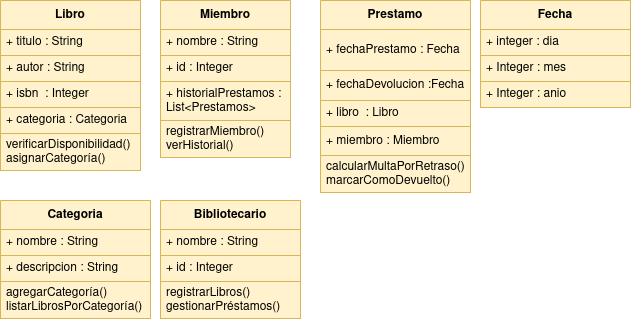
Before: Sistema de Gestión de Bibliotecas.png, a diagram exported from draw.io (alejandrosalazargonzalez/asociacion). Source tidied: cells renumbered, new cells last; positions are measured from the earlier drawing's top-left corner, leaving out a move shared by most shapes.
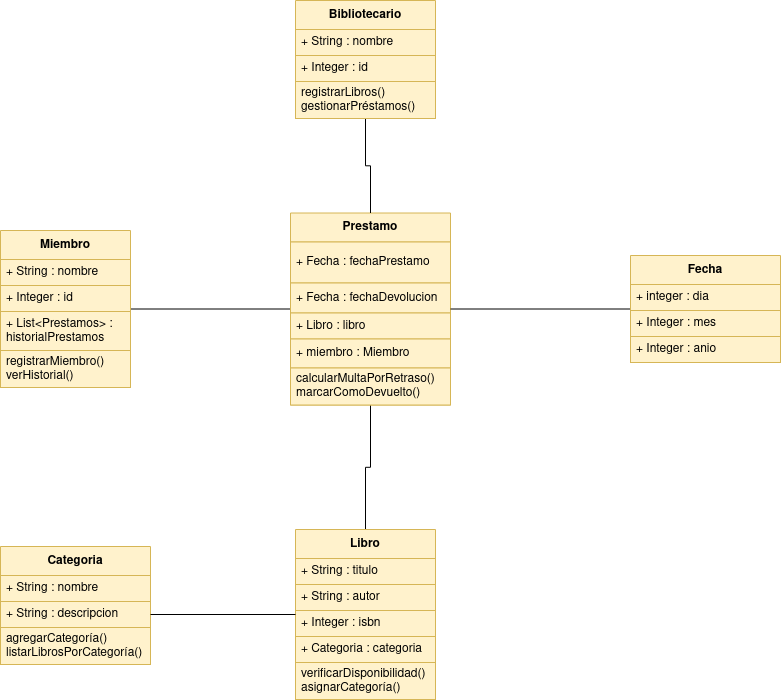
The same diagram one commit later.

The edit, as a diff of the source:
```diff
@@ -2,59 +2,68 @@
   <root>
     <mxCell id="0" />
     <mxCell id="1" parent="0" />
+    <mxCell id="31" style="edgeStyle=orthogonalEdgeStyle;rounded=0;jettySize=auto;html=1;endArrow=none;endFill=0;" parent="1" edge="1" source="2" target="13">
+      <mxGeometry relative="1" as="geometry" />
+    </mxCell>
     <mxCell id="2" value="Libro" style="swimlane;fontStyle=1;align=center;verticalAlign=middle;horizontal=1;startSize=29;html=1;whiteSpace=wrap;fillColor=#fff2cc;strokeColor=#d6b656;" parent="1" vertex="1">
-      <mxGeometry width="140" height="170" as="geometry" />
+      <mxGeometry x="255" y="309" width="140" height="170" as="geometry" />
     </mxCell>
-    <mxCell id="3" value="+ titulo : String" style="text;strokeColor=#d6b656;fillColor=#fff2cc;align=left;verticalAlign=middle;spacingLeft=4;spacingRight=4;overflow=hidden;whiteSpace=wrap;html=1;" parent="2" vertex="1">
+    <mxCell id="3" value="+ String : titulo" style="text;strokeColor=#d6b656;fillColor=#fff2cc;align=left;verticalAlign=middle;spacingLeft=4;spacingRight=4;overflow=hidden;whiteSpace=wrap;html=1;" parent="2" vertex="1">
       <mxGeometry y="29" width="140" height="26" as="geometry" />
     </mxCell>
-    <mxCell id="4" value="+ autor : String" style="text;strokeColor=#d6b656;fillColor=#fff2cc;align=left;verticalAlign=middle;spacingLeft=4;spacingRight=4;overflow=hidden;whiteSpace=wrap;html=1;" parent="2" vertex="1">
+    <mxCell id="4" value="+ String : autor" style="text;strokeColor=#d6b656;fillColor=#fff2cc;align=left;verticalAlign=middle;spacingLeft=4;spacingRight=4;overflow=hidden;whiteSpace=wrap;html=1;" parent="2" vertex="1">
       <mxGeometry y="55" width="140" height="26" as="geometry" />
     </mxCell>
-    <mxCell id="5" value="+ isbn&amp;nbsp; : Integer" style="text;strokeColor=#d6b656;fillColor=#fff2cc;align=left;verticalAlign=middle;spacingLeft=4;spacingRight=4;overflow=hidden;whiteSpace=wrap;html=1;" parent="2" vertex="1">
+    <mxCell id="5" value="+ Integer : isbn" style="text;strokeColor=#d6b656;fillColor=#fff2cc;align=left;verticalAlign=middle;spacingLeft=4;spacingRight=4;overflow=hidden;whiteSpace=wrap;html=1;" parent="2" vertex="1">
       <mxGeometry y="81" width="140" height="26" as="geometry" />
     </mxCell>
-    <mxCell id="6" value="+ categoria : Categoria" style="text;strokeColor=#d6b656;fillColor=#fff2cc;align=left;verticalAlign=middle;spacingLeft=4;spacingRight=4;overflow=hidden;whiteSpace=wrap;html=1;" parent="2" vertex="1">
+    <mxCell id="6" value="+ Categoria : categoria" style="text;strokeColor=#d6b656;fillColor=#fff2cc;align=left;verticalAlign=middle;spacingLeft=4;spacingRight=4;overflow=hidden;whiteSpace=wrap;html=1;" parent="2" vertex="1">
       <mxGeometry y="107" width="140" height="26" as="geometry" />
     </mxCell>
     <mxCell id="7" value="&lt;div&gt;verificarDisponibilidad()&lt;/div&gt;&lt;div&gt;asignarCategoría()&lt;br&gt;&lt;/div&gt;" style="text;strokeColor=#d6b656;fillColor=#fff2cc;align=left;verticalAlign=middle;spacingLeft=4;spacingRight=4;overflow=hidden;whiteSpace=wrap;html=1;" parent="2" vertex="1">
       <mxGeometry y="133" width="140" height="37" as="geometry" />
     </mxCell>
+    <mxCell id="32" style="edgeStyle=orthogonalEdgeStyle;rounded=0;jettySize=auto;html=1;endArrow=none;endFill=0;" parent="1" edge="1" source="8" target="13">
+      <mxGeometry relative="1" as="geometry" />
+    </mxCell>
     <mxCell id="8" value="Miembro" style="swimlane;fontStyle=1;align=center;verticalAlign=middle;horizontal=1;startSize=29;html=1;whiteSpace=wrap;fillColor=#fff2cc;strokeColor=#d6b656;" parent="1" vertex="1">
-      <mxGeometry x="160" width="130" height="157" as="geometry" />
+      <mxGeometry x="-40" y="10" width="130" height="157" as="geometry" />
     </mxCell>
-    <mxCell id="9" value="+ nombre : String" style="text;strokeColor=#d6b656;fillColor=#fff2cc;align=left;verticalAlign=middle;spacingLeft=4;spacingRight=4;overflow=hidden;whiteSpace=wrap;html=1;" parent="8" vertex="1">
+    <mxCell id="9" value="+ String : nombre" style="text;strokeColor=#d6b656;fillColor=#fff2cc;align=left;verticalAlign=middle;spacingLeft=4;spacingRight=4;overflow=hidden;whiteSpace=wrap;html=1;" parent="8" vertex="1">
       <mxGeometry y="29" width="130" height="26" as="geometry" />
     </mxCell>
-    <mxCell id="10" value="+ id : Integer" style="text;strokeColor=#d6b656;fillColor=#fff2cc;align=left;verticalAlign=middle;spacingLeft=4;spacingRight=4;overflow=hidden;whiteSpace=wrap;html=1;" parent="8" vertex="1">
+    <mxCell id="10" value="+ Integer : id" style="text;strokeColor=#d6b656;fillColor=#fff2cc;align=left;verticalAlign=middle;spacingLeft=4;spacingRight=4;overflow=hidden;whiteSpace=wrap;html=1;" parent="8" vertex="1">
       <mxGeometry y="55" width="130" height="26" as="geometry" />
     </mxCell>
-    <mxCell id="11" value="+ historialPrestamos : List&amp;lt;Prestamos&amp;gt;" style="text;strokeColor=#d6b656;fillColor=#fff2cc;align=left;verticalAlign=middle;spacingLeft=4;spacingRight=4;overflow=hidden;whiteSpace=wrap;html=1;" parent="8" vertex="1">
+    <mxCell id="11" value="+ List&amp;lt;Prestamos&amp;gt; : historialPrestamos" style="text;strokeColor=#d6b656;fillColor=#fff2cc;align=left;verticalAlign=middle;spacingLeft=4;spacingRight=4;overflow=hidden;whiteSpace=wrap;html=1;" parent="8" vertex="1">
       <mxGeometry y="81" width="130" height="39" as="geometry" />
     </mxCell>
     <mxCell id="12" value="&lt;div&gt;registrarMiembro()&lt;/div&gt;&lt;div&gt;verHistorial()&lt;br&gt;&lt;/div&gt;" style="text;strokeColor=#d6b656;fillColor=#fff2cc;align=left;verticalAlign=middle;spacingLeft=4;spacingRight=4;overflow=hidden;whiteSpace=wrap;html=1;" parent="8" vertex="1">
       <mxGeometry y="120" width="130" height="37" as="geometry" />
     </mxCell>
     <mxCell id="13" value="&lt;strong&gt;Prestamo&lt;/strong&gt;" style="swimlane;fontStyle=1;align=center;verticalAlign=middle;horizontal=1;startSize=29;html=1;whiteSpace=wrap;fillColor=#fff2cc;strokeColor=#d6b656;" parent="1" vertex="1">
-      <mxGeometry x="320" width="150" height="192" as="geometry" />
+      <mxGeometry x="250" y="-7.5" width="160" height="192" as="geometry" />
     </mxCell>
-    <mxCell id="14" value="+ fechaPrestamo : Fecha" style="text;strokeColor=#d6b656;fillColor=#fff2cc;align=left;verticalAlign=middle;spacingLeft=4;spacingRight=4;overflow=hidden;whiteSpace=wrap;html=1;" parent="13" vertex="1">
-      <mxGeometry y="29" width="150" height="41" as="geometry" />
+    <mxCell id="14" value="+ Fecha : fechaPrestamo" style="text;strokeColor=#d6b656;fillColor=#fff2cc;align=left;verticalAlign=middle;spacingLeft=4;spacingRight=4;overflow=hidden;whiteSpace=wrap;html=1;" parent="13" vertex="1">
+      <mxGeometry y="29" width="160" height="41" as="geometry" />
     </mxCell>
-    <mxCell id="15" value="+ fechaDevolucion :Fecha" style="text;strokeColor=#d6b656;fillColor=#fff2cc;align=left;verticalAlign=middle;spacingLeft=4;spacingRight=4;overflow=hidden;whiteSpace=wrap;html=1;" parent="13" vertex="1">
-      <mxGeometry y="70" width="150" height="30" as="geometry" />
+    <mxCell id="15" value="+ Fecha : fechaDevolucion" style="text;strokeColor=#d6b656;fillColor=#fff2cc;align=left;verticalAlign=middle;spacingLeft=4;spacingRight=4;overflow=hidden;whiteSpace=wrap;html=1;" parent="13" vertex="1">
+      <mxGeometry y="70" width="160" height="30" as="geometry" />
     </mxCell>
-    <mxCell id="16" value="+ libro&amp;nbsp; : Libro" style="text;strokeColor=#d6b656;fillColor=#fff2cc;align=left;verticalAlign=middle;spacingLeft=4;spacingRight=4;overflow=hidden;whiteSpace=wrap;html=1;" parent="13" vertex="1">
-      <mxGeometry y="100" width="150" height="26" as="geometry" />
+    <mxCell id="16" value="+ Libro : libro" style="text;strokeColor=#d6b656;fillColor=#fff2cc;align=left;verticalAlign=middle;spacingLeft=4;spacingRight=4;overflow=hidden;whiteSpace=wrap;html=1;" parent="13" vertex="1">
+      <mxGeometry y="100" width="160" height="26" as="geometry" />
     </mxCell>
     <mxCell id="17" value="+ miembro : Miembro" style="text;strokeColor=#d6b656;fillColor=#fff2cc;align=left;verticalAlign=middle;spacingLeft=4;spacingRight=4;overflow=hidden;whiteSpace=wrap;html=1;" parent="13" vertex="1">
-      <mxGeometry y="126" width="150" height="29" as="geometry" />
+      <mxGeometry y="126" width="160" height="29" as="geometry" />
     </mxCell>
     <mxCell id="18" value="&lt;div&gt;calcularMultaPorRetraso()&lt;/div&gt;&lt;div&gt;marcarComoDevuelto()&lt;br&gt;&lt;/div&gt;" style="text;strokeColor=#d6b656;fillColor=#fff2cc;align=left;verticalAlign=middle;spacingLeft=4;spacingRight=4;overflow=hidden;whiteSpace=wrap;html=1;" parent="13" vertex="1">
-      <mxGeometry y="155" width="150" height="37" as="geometry" />
+      <mxGeometry y="155" width="160" height="37" as="geometry" />
     </mxCell>
+    <mxCell id="33" style="edgeStyle=orthogonalEdgeStyle;rounded=0;jettySize=auto;html=1;endArrow=none;endFill=0;" parent="1" edge="1" source="19" target="13">
+      <mxGeometry relative="1" as="geometry" />
+    </mxCell>
     <mxCell id="19" value="Fecha" style="swimlane;fontStyle=1;align=center;verticalAlign=middle;horizontal=1;startSize=29;html=1;whiteSpace=wrap;fillColor=#fff2cc;strokeColor=#d6b656;" parent="1" vertex="1">
-      <mxGeometry x="480" width="150" height="107" as="geometry" />
+      <mxGeometry x="590" y="35" width="150" height="107" as="geometry" />
     </mxCell>
     <mxCell id="20" value="+ integer : dia" style="text;strokeColor=#d6b656;fillColor=#fff2cc;align=left;verticalAlign=middle;spacingLeft=4;spacingRight=4;overflow=hidden;whiteSpace=wrap;html=1;" parent="19" vertex="1">
       <mxGeometry y="29" width="150" height="26" as="geometry" />
@@ -65,29 +74,35 @@
     <mxCell id="22" value="+ Integer : anio" style="text;strokeColor=#d6b656;fillColor=#fff2cc;align=left;verticalAlign=middle;spacingLeft=4;spacingRight=4;overflow=hidden;whiteSpace=wrap;html=1;" parent="19" vertex="1">
       <mxGeometry y="81" width="150" height="26" as="geometry" />
     </mxCell>
+    <mxCell id="34" style="edgeStyle=orthogonalEdgeStyle;rounded=0;jettySize=auto;html=1;endArrow=none;endFill=0;" parent="1" edge="1" source="23" target="13">
+      <mxGeometry relative="1" as="geometry" />
+    </mxCell>
     <mxCell id="23" value="Bibliotecario" style="swimlane;fontStyle=1;align=center;verticalAlign=middle;horizontal=1;startSize=29;html=1;whiteSpace=wrap;fillColor=#fff2cc;strokeColor=#d6b656;" parent="1" vertex="1">
-      <mxGeometry x="160" y="200" width="140" height="118" as="geometry" />
+      <mxGeometry x="255" y="-220" width="140" height="118" as="geometry" />
     </mxCell>
-    <mxCell id="24" value="+ nombre : String" style="text;strokeColor=#d6b656;fillColor=#fff2cc;align=left;verticalAlign=middle;spacingLeft=4;spacingRight=4;overflow=hidden;whiteSpace=wrap;html=1;" parent="23" vertex="1">
+    <mxCell id="24" value="+ String : nombre" style="text;strokeColor=#d6b656;fillColor=#fff2cc;align=left;verticalAlign=middle;spacingLeft=4;spacingRight=4;overflow=hidden;whiteSpace=wrap;html=1;" parent="23" vertex="1">
       <mxGeometry y="29" width="140" height="26" as="geometry" />
     </mxCell>
-    <mxCell id="25" value="+ id : Integer" style="text;strokeColor=#d6b656;fillColor=#fff2cc;align=left;verticalAlign=middle;spacingLeft=4;spacingRight=4;overflow=hidden;whiteSpace=wrap;html=1;" parent="23" vertex="1">
+    <mxCell id="25" value="+ Integer : id " style="text;strokeColor=#d6b656;fillColor=#fff2cc;align=left;verticalAlign=middle;spacingLeft=4;spacingRight=4;overflow=hidden;whiteSpace=wrap;html=1;" parent="23" vertex="1">
       <mxGeometry y="55" width="140" height="26" as="geometry" />
     </mxCell>
     <mxCell id="26" value="&lt;div&gt;registrarLibros()&lt;/div&gt;&lt;div&gt;gestionarPréstamos()&lt;br&gt;&lt;/div&gt;" style="text;strokeColor=#d6b656;fillColor=#fff2cc;align=left;verticalAlign=middle;spacingLeft=4;spacingRight=4;overflow=hidden;whiteSpace=wrap;html=1;" parent="23" vertex="1">
       <mxGeometry y="81" width="140" height="37" as="geometry" />
     </mxCell>
     <mxCell id="27" value="Categoria" style="swimlane;fontStyle=1;align=center;verticalAlign=middle;horizontal=1;startSize=29;html=1;whiteSpace=wrap;fillColor=#fff2cc;strokeColor=#d6b656;" parent="1" vertex="1">
-      <mxGeometry y="200" width="150" height="118" as="geometry" />
+      <mxGeometry x="-40" y="326" width="150" height="118" as="geometry" />
     </mxCell>
-    <mxCell id="28" value="+ nombre : String" style="text;strokeColor=#d6b656;fillColor=#fff2cc;align=left;verticalAlign=middle;spacingLeft=4;spacingRight=4;overflow=hidden;whiteSpace=wrap;html=1;" parent="27" vertex="1">
+    <mxCell id="28" value="+ String : nombre" style="text;strokeColor=#d6b656;fillColor=#fff2cc;align=left;verticalAlign=middle;spacingLeft=4;spacingRight=4;overflow=hidden;whiteSpace=wrap;html=1;" parent="27" vertex="1">
       <mxGeometry y="29" width="150" height="26" as="geometry" />
     </mxCell>
-    <mxCell id="29" value="+ descripcion : String" style="text;strokeColor=#d6b656;fillColor=#fff2cc;align=left;verticalAlign=middle;spacingLeft=4;spacingRight=4;overflow=hidden;points=[[0,0.5],[1,0.5]];portConstraint=eastwest;whiteSpace=wrap;html=1;" parent="27" vertex="1">
+    <mxCell id="29" value="+ String : descripcion" style="text;strokeColor=#d6b656;fillColor=#fff2cc;align=left;verticalAlign=middle;spacingLeft=4;spacingRight=4;overflow=hidden;points=[[0,0.5],[1,0.5]];portConstraint=eastwest;whiteSpace=wrap;html=1;" parent="27" vertex="1">
       <mxGeometry y="55" width="150" height="26" as="geometry" />
     </mxCell>
     <mxCell id="30" value="&lt;div&gt;agregarCategoría()&lt;/div&gt;&lt;div&gt;listarLibrosPorCategoría()&lt;br&gt;&lt;/div&gt;" style="text;strokeColor=#d6b656;fillColor=#fff2cc;align=left;verticalAlign=middle;spacingLeft=4;spacingRight=4;overflow=hidden;whiteSpace=wrap;html=1;" parent="27" vertex="1">
       <mxGeometry y="81" width="150" height="37" as="geometry" />
     </mxCell>
+    <mxCell id="35" style="edgeStyle=orthogonalEdgeStyle;rounded=0;jettySize=auto;html=1;endArrow=none;endFill=0;" parent="1" edge="1" source="29" target="2">
+      <mxGeometry relative="1" as="geometry" />
+    </mxCell>
   </root>
 </mxGraphModel>
```
